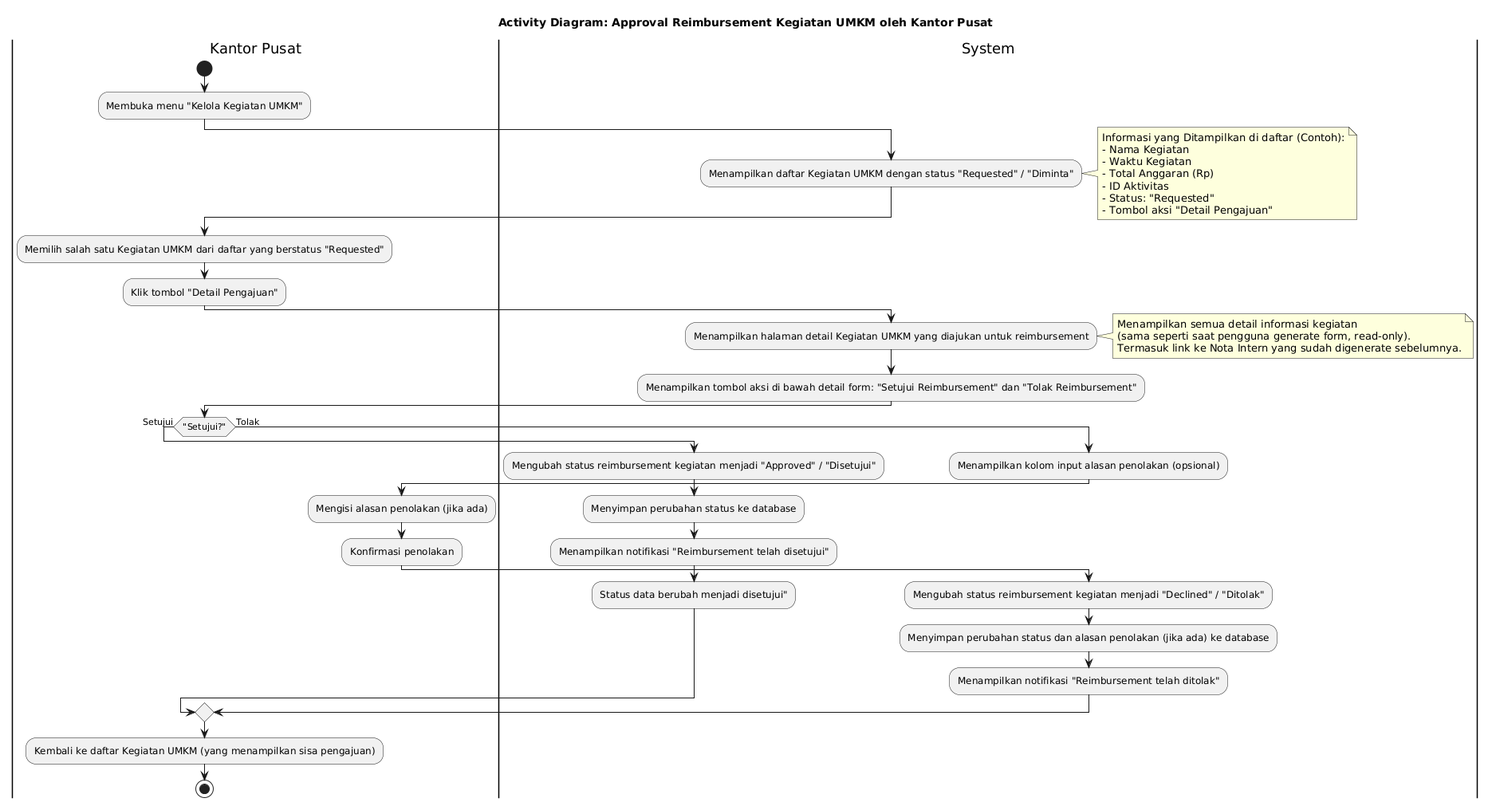
Above: activity diagram/kelola kegiatan umkm/approval reimbursement kegiatan umkm/approval reimbursement kegiatan umkm.png in Mrmgnt/diagram-kp (PlantUML), before the change.
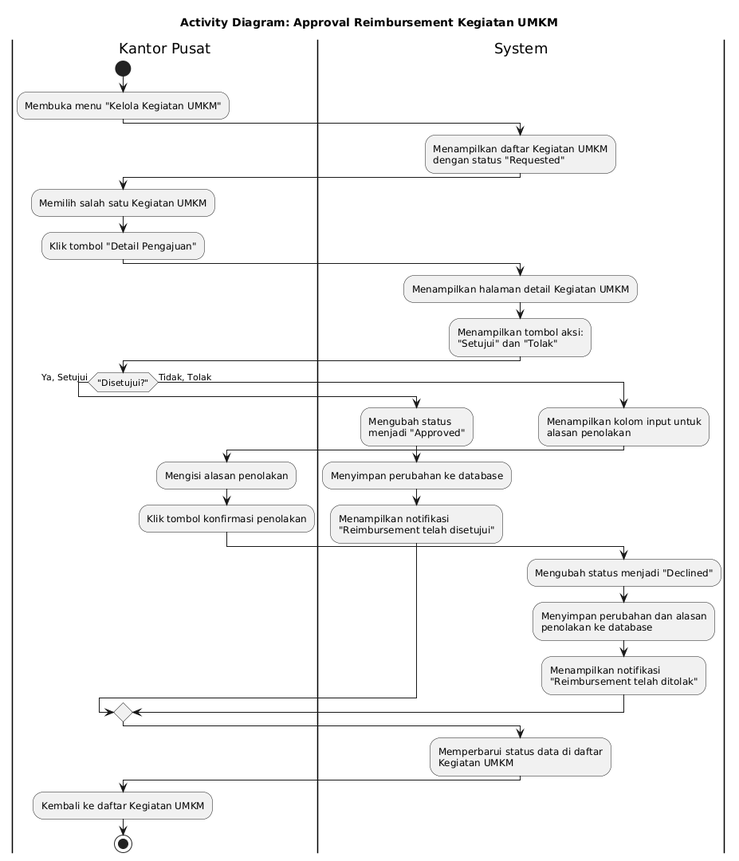
After the change.

Change to the diagram source:
```diff
@@ -1,55 +1,55 @@
 @startuml
-title Activity Diagram: Approval Reimbursement Kegiatan UMKM oleh Kantor Pusat
+title Activity Diagram: Approval Reimbursement Kegiatan UMKM
 
 |Kantor Pusat|
 start
 :Membuka menu "Kelola Kegiatan UMKM";
 
 |System|
-:Menampilkan daftar Kegiatan UMKM dengan status "Requested" / "Diminta";
-note right
-    Informasi yang Ditampilkan di daftar (Contoh):
-    - Nama Kegiatan
-    - Waktu Kegiatan
-    - Total Anggaran (Rp)
-    - ID Aktivitas
-    - Status: "Requested"
-    - Tombol aksi "Detail Pengajuan"
-end note
+:Menampilkan daftar Kegiatan UMKM
+dengan status "Requested";
 
 |Kantor Pusat|
-:Memilih salah satu Kegiatan UMKM dari daftar yang berstatus "Requested";
+:Memilih salah satu Kegiatan UMKM;
 :Klik tombol "Detail Pengajuan";
 
 |System|
-:Menampilkan halaman detail Kegiatan UMKM yang diajukan untuk reimbursement;
-note right
-    Menampilkan semua detail informasi kegiatan
-    (sama seperti saat pengguna generate form, read-only).
-    Termasuk link ke Nota Intern yang sudah digenerate sebelumnya.
-end note
-:Menampilkan tombol aksi di bawah detail form: "Setujui Reimbursement" dan "Tolak Reimbursement";
+:Menampilkan halaman detail Kegiatan UMKM;
+:Menampilkan tombol aksi:
+"Setujui" dan "Tolak";
 
 |Kantor Pusat|
-if ("Setujui?") then (Setujui)
-    |System|
-    :Mengubah status reimbursement kegiatan menjadi "Approved" / "Disetujui";
-    :Menyimpan perubahan status ke database;
-    :Menampilkan notifikasi "Reimbursement telah disetujui";
-    :Status data berubah menjadi disetujui";
-else (Tolak)
-    |System|
-    :Menampilkan kolom input alasan penolakan (opsional);
-    |Kantor Pusat|
-    :Mengisi alasan penolakan (jika ada);
-    :Konfirmasi penolakan;
-    |System|
-    :Mengubah status reimbursement kegiatan menjadi "Declined" / "Ditolak";
-    :Menyimpan perubahan status dan alasan penolakan (jika ada) ke database;
-    :Menampilkan notifikasi "Reimbursement telah ditolak";
+if ("Disetujui?") then (Ya, Setujui)
+  |System|
+  :Mengubah status
+  menjadi "Approved";
+  :Menyimpan perubahan ke database;
+  :Menampilkan notifikasi
+  "Reimbursement telah disetujui";
+
+else (Tidak, Tolak)
+  |System|
+  :Menampilkan kolom input untuk
+  alasan penolakan;
+
+  |Kantor Pusat|
+  :Mengisi alasan penolakan;
+  :Klik tombol konfirmasi penolakan;
+
+  |System|
+  :Mengubah status menjadi "Declined";
+  :Menyimpan perubahan dan alasan
+  penolakan ke database;
+  :Menampilkan notifikasi
+  "Reimbursement telah ditolak";
 endif
 
+
+|System|
+:Memperbarui status data di daftar
+Kegiatan UMKM;
+
 |Kantor Pusat|
-:Kembali ke daftar Kegiatan UMKM (yang menampilkan sisa pengajuan);
+:Kembali ke daftar Kegiatan UMKM;
 stop
 @enduml
```
